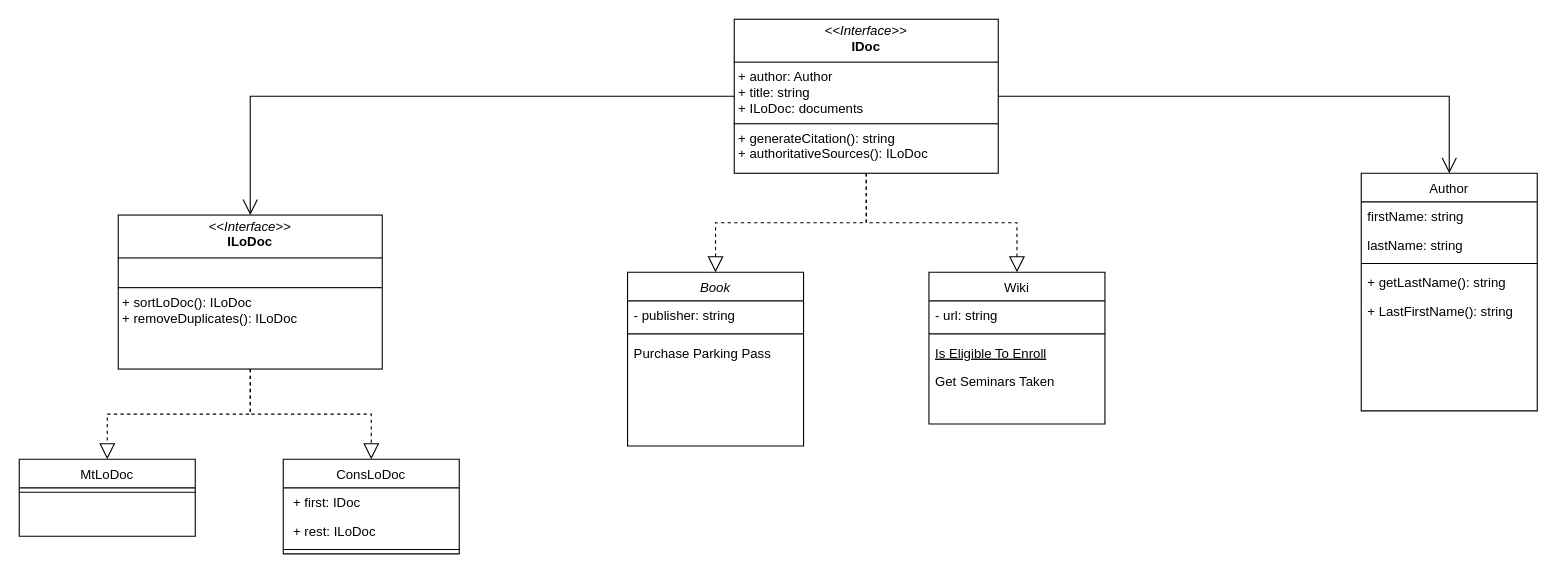
Before: CS2510_Problem_8.drawio in sauerBT/PersonalRepo, a draw.io diagram. Source tidied: cells renumbered, new cells numbered last; positions are measured from the earlier drawing's top-left corner, leaving out a move shared by most shapes. Both pictures are drawn from the tidied source at 110%, with x=0, y=0 at pixel (19, 19).
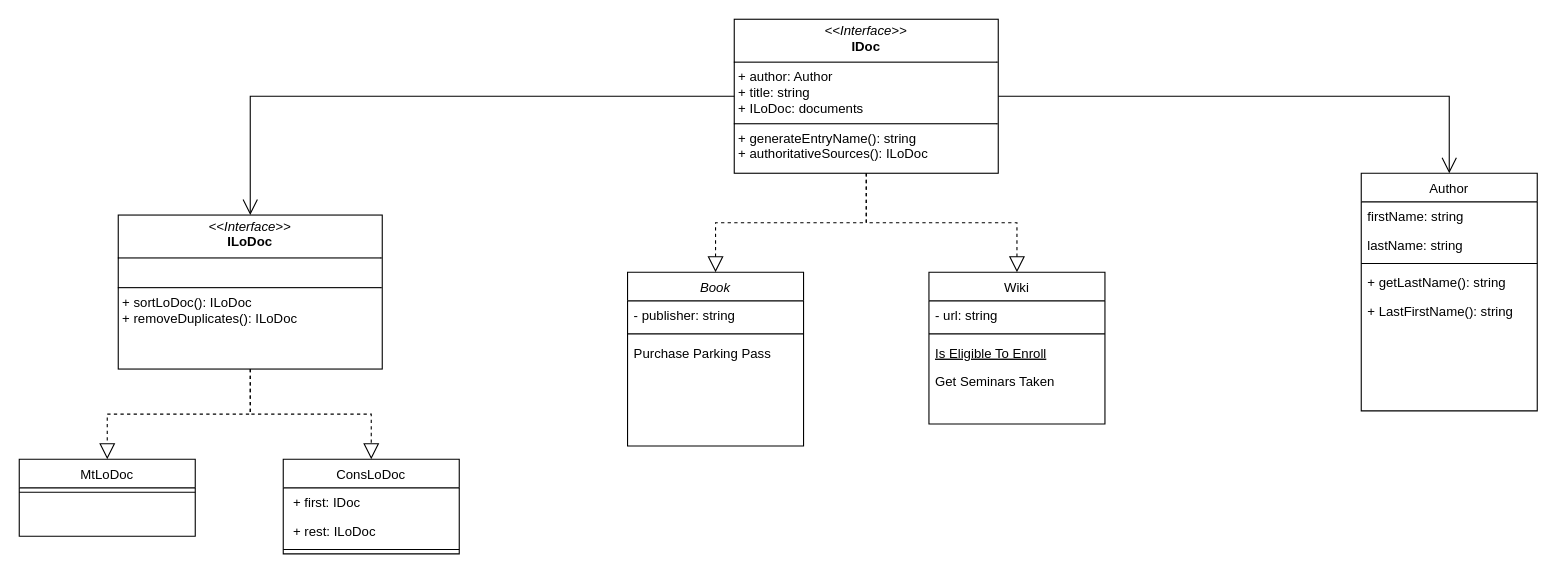
After the change.

Diff of the diagram source:
```diff
@@
-    <mxCell id="21" value="&lt;p style=&quot;margin:0px;margin-top:4px;text-align:center;&quot;&gt;&lt;i&gt;&amp;lt;&amp;lt;Interface&amp;gt;&amp;gt;&lt;/i&gt;&lt;br&gt;&lt;b&gt;IDoc&lt;/b&gt;&lt;br&gt;&lt;/p&gt;&lt;hr size=&quot;1&quot; style=&quot;border-style:solid;&quot;&gt;&lt;p style=&quot;margin:0px;margin-left:4px;&quot;&gt;+ author: Author&lt;br&gt;+ title: string&lt;/p&gt;&lt;p style=&quot;margin:0px;margin-left:4px;&quot;&gt;+ ILoDoc: documents&lt;br&gt;&lt;/p&gt;&lt;hr size=&quot;1&quot; style=&quot;border-style:solid;&quot;&gt;&lt;p style=&quot;margin:0px;margin-left:4px;&quot;&gt;+ generateCitation(): string&lt;br&gt;+ authoritativeSources(): ILoDoc&lt;/p&gt;" style="verticalAlign=top;align=left;overflow=fill;html=1;whiteSpace=wrap;" parent="1" vertex="1">
+    <mxCell id="21" value="&lt;p style=&quot;margin:0px;margin-top:4px;text-align:center;&quot;&gt;&lt;i&gt;&amp;lt;&amp;lt;Interface&amp;gt;&amp;gt;&lt;/i&gt;&lt;br&gt;&lt;b&gt;IDoc&lt;/b&gt;&lt;br&gt;&lt;/p&gt;&lt;hr size=&quot;1&quot; style=&quot;border-style:solid;&quot;&gt;&lt;p style=&quot;margin:0px;margin-left:4px;&quot;&gt;+ author: Author&lt;br&gt;+ title: string&lt;/p&gt;&lt;p style=&quot;margin:0px;margin-left:4px;&quot;&gt;+ ILoDoc: documents&lt;br&gt;&lt;/p&gt;&lt;hr size=&quot;1&quot; style=&quot;border-style:solid;&quot;&gt;&lt;p style=&quot;margin:0px;margin-left:4px;&quot;&gt;+ generateEntryName(): string&lt;br&gt;+ authoritativeSources(): ILoDoc&lt;/p&gt;" style="verticalAlign=top;align=left;overflow=fill;html=1;whiteSpace=wrap;" parent="1" vertex="1">
       <mxGeometry x="650" width="240" height="140" as="geometry" />
     </mxCell>
```
